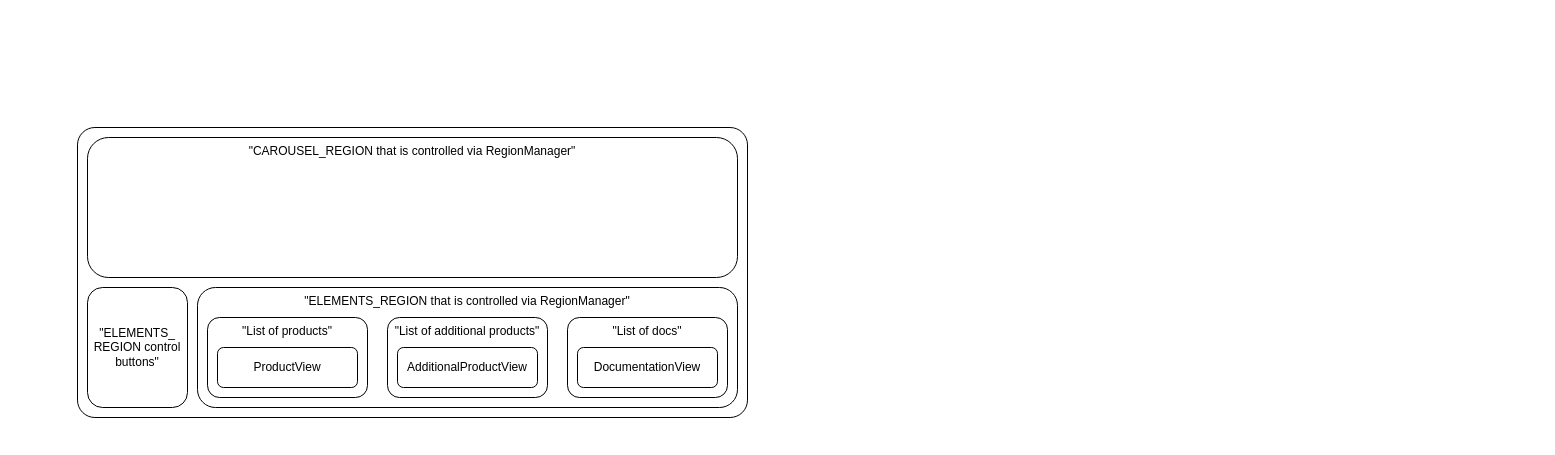
The draw.io diagram SoftHubArc.drawio in CrackAndDie/diagrams_drawio, before the edit. Source tidied: cells renumbered, new cells numbered last; positions are measured from the earlier drawing's top-left corner, leaving out a move shared by most shapes. Both pictures are drawn from the tidied source at 100%, with x=0, y=0 at pixel (77, 127).
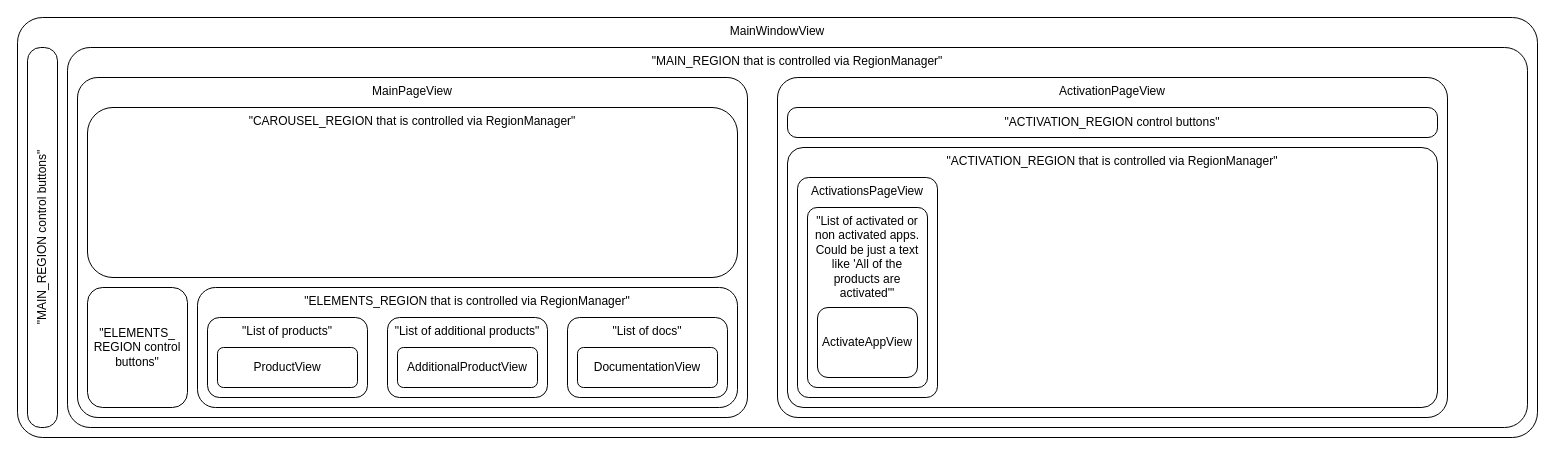
Above is the later version.

Commit message:
Activation page began SoftHubArc.drawio

Change to the diagram source:
```diff
@@
+    <mxCell id="12" value="MainWindowView" style="rounded=1;whiteSpace=wrap;html=1;arcSize=6;verticalAlign=top;" parent="1" vertex="1">
+      <mxGeometry x="-60" y="-110" width="1520" height="420" as="geometry" />
+    </mxCell>
+    <mxCell id="13" value="&quot;MAIN_REGION that is controlled via RegionManager&quot;" style="rounded=1;whiteSpace=wrap;html=1;arcSize=6;verticalAlign=top;" parent="1" vertex="1">
+      <mxGeometry x="-10" y="-80" width="1460" height="380" as="geometry" />
+    </mxCell>
-    <mxCell id="2" style="rounded=1;whiteSpace=wrap;html=1;arcSize=6;" parent="1" vertex="1">
-      <mxGeometry width="670" height="290" as="geometry" />
+    <mxCell id="2" value="MainPageView" style="rounded=1;whiteSpace=wrap;html=1;arcSize=6;verticalAlign=top;" parent="1" vertex="1">
+      <mxGeometry y="-50" width="670" height="340" as="geometry" />
     </mxCell>
@@
     <mxCell id="10" value="&quot;CAROUSEL_REGION that is controlled via RegionManager&quot;" style="rounded=1;whiteSpace=wrap;html=1;verticalAlign=top;" parent="1" vertex="1">
-      <mxGeometry x="10" y="10" width="650" height="140" as="geometry" />
+      <mxGeometry x="10" y="-20" width="650" height="170" as="geometry" />
     </mxCell>
@@
+    <mxCell id="14" value="&quot;MAIN_REGION control buttons&quot;" style="rounded=1;whiteSpace=wrap;html=1;arcSize=44;horizontal=0;" parent="1" vertex="1">
+      <mxGeometry x="-50" y="-80" width="30" height="380" as="geometry" />
+    </mxCell>
+    <mxCell id="15" value="ActivationPageView" style="rounded=1;whiteSpace=wrap;html=1;arcSize=6;verticalAlign=top;" parent="1" vertex="1">
+      <mxGeometry x="700" y="-50" width="670" height="340" as="geometry" />
+    </mxCell>
+    <mxCell id="16" value="&quot;ACTIVATION_REGION that is controlled via RegionManager&quot;" style="rounded=1;whiteSpace=wrap;html=1;verticalAlign=top;arcSize=6;" parent="1" vertex="1">
+      <mxGeometry x="710" y="20" width="650" height="260" as="geometry" />
+    </mxCell>
+    <mxCell id="17" value="&quot;ACTIVATION_REGION&amp;nbsp;control buttons&quot;" style="rounded=1;whiteSpace=wrap;html=1;arcSize=32;" parent="1" vertex="1">
+      <mxGeometry x="710" y="-20" width="650" height="30" as="geometry" />
+    </mxCell>
+    <mxCell id="18" value="ActivationsPageView" style="rounded=1;whiteSpace=wrap;html=1;arcSize=8;verticalAlign=top;" parent="1" vertex="1">
+      <mxGeometry x="720" y="50" width="140" height="220" as="geometry" />
+    </mxCell>
+    <mxCell id="19" value="&quot;List of activated or non activated apps. Could be just a text like 'All of the products are activated'&quot;" style="rounded=1;whiteSpace=wrap;html=1;arcSize=8;verticalAlign=top;" parent="1" vertex="1">
+      <mxGeometry x="730" y="80" width="120" height="180" as="geometry" />
+    </mxCell>
+    <mxCell id="20" value="ActivateAppView" style="rounded=1;whiteSpace=wrap;html=1;" parent="1" vertex="1">
+      <mxGeometry x="740" y="180" width="100" height="70" as="geometry" />
+    </mxCell>
```
